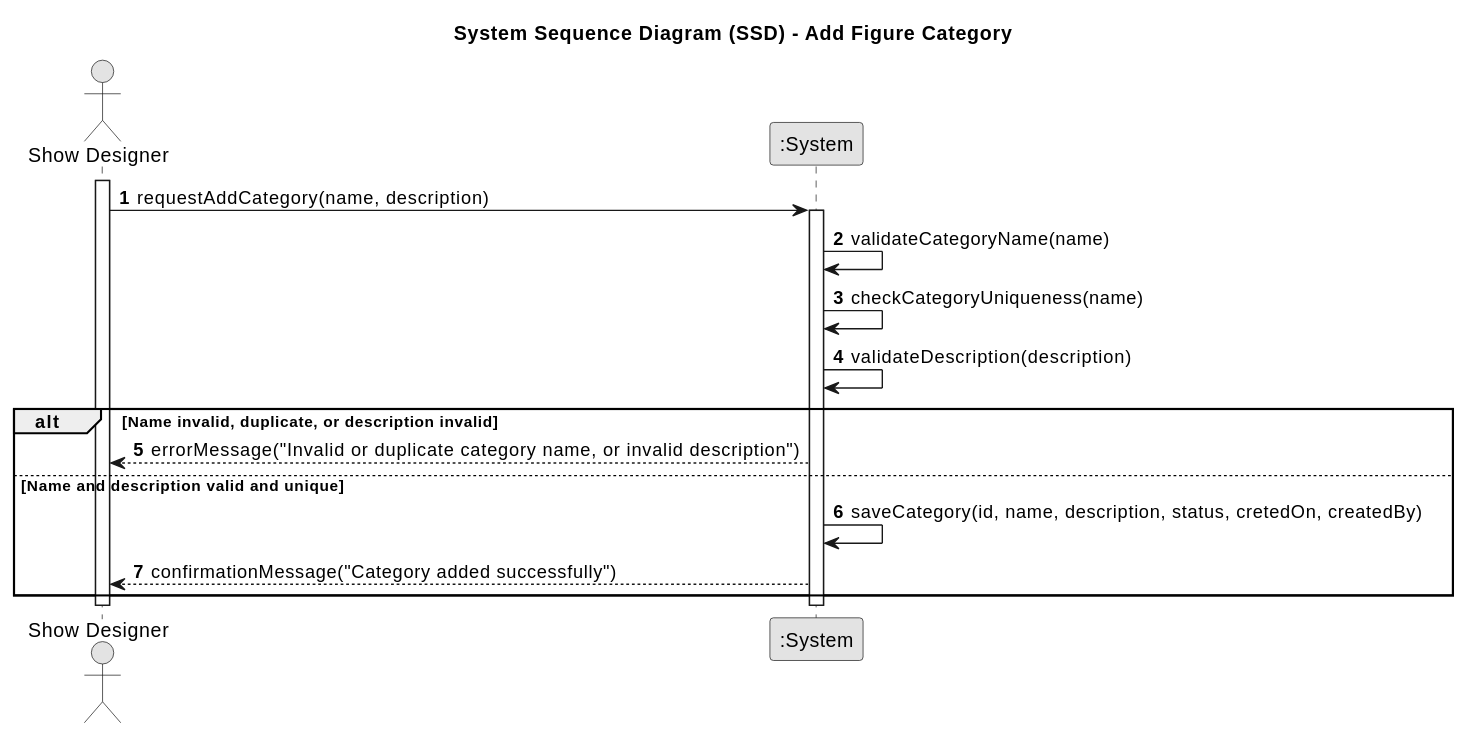
This is docs/planning/sprint2/EAPLI/US245 - Add figure category/01.requirements-engineering/svg/us245-system-sequence-diagram.svg from SAEmanuel/Shodrone_ISEP, a PlantUML export, as it was before one commit.
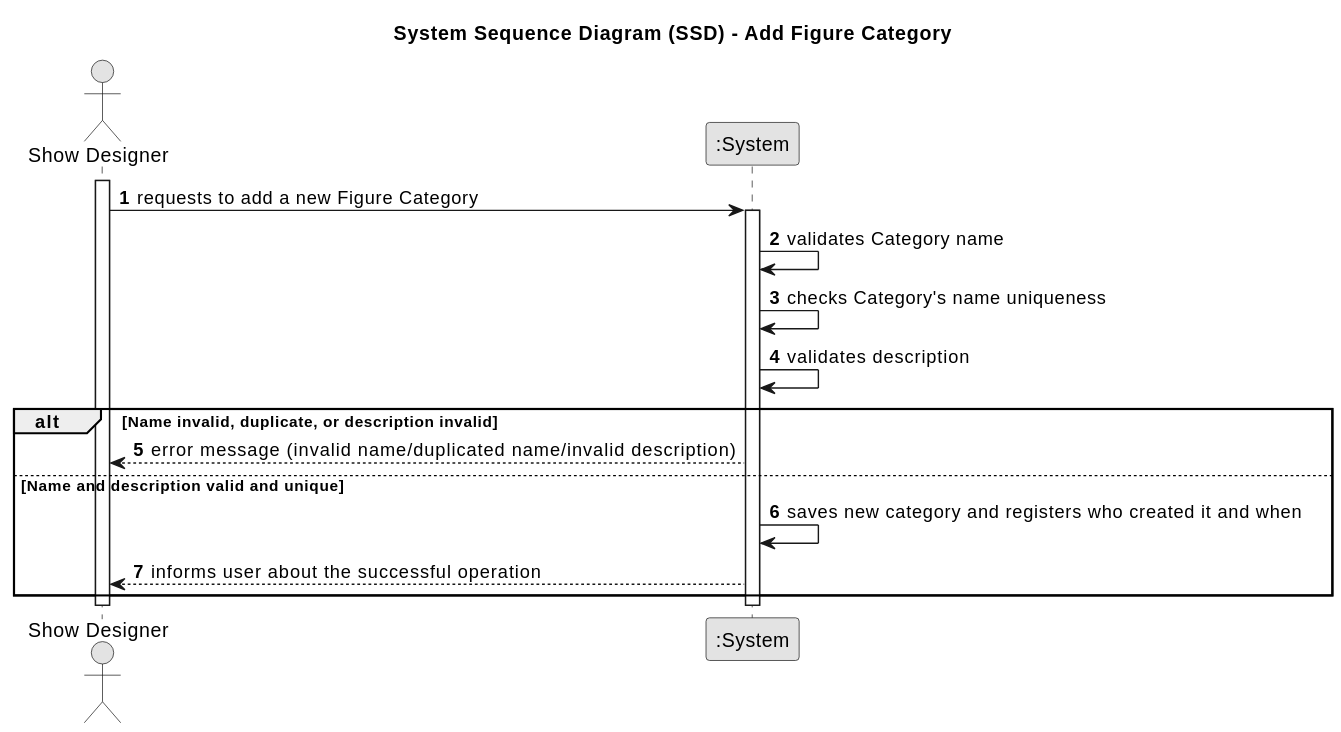
Later version of the same file.

The edit, as a diff of the source:
```diff
@@ -12,17 +12,17 @@
 
 activate SD
 
-SD -> System: requestAddCategory(name, description)
+SD -> System: requests to add a new Figure Category
 activate System
 
-System -> System: validateCategoryName(name)
-System -> System: checkCategoryUniqueness(name)
-System -> System: validateDescription(description)
+System -> System: validates Category name
+System -> System: checks Category's name uniqueness
+System -> System: validates description
 alt Name invalid, duplicate, or description invalid
-    System --> SD: errorMessage("Invalid or duplicate category name, or invalid description")
+    System --> SD: error message (invalid name/duplicated name/invalid description)
 else Name and description valid and unique
-    System -> System: saveCategory(id, name, description, status, cretedOn, createdBy)
-    System --> SD: confirmationMessage("Category added successfully")
+    System -> System: saves new category and registers who created it and when
+    System --> SD: informs user about the successful operation
 end
 
 deactivate System
```
